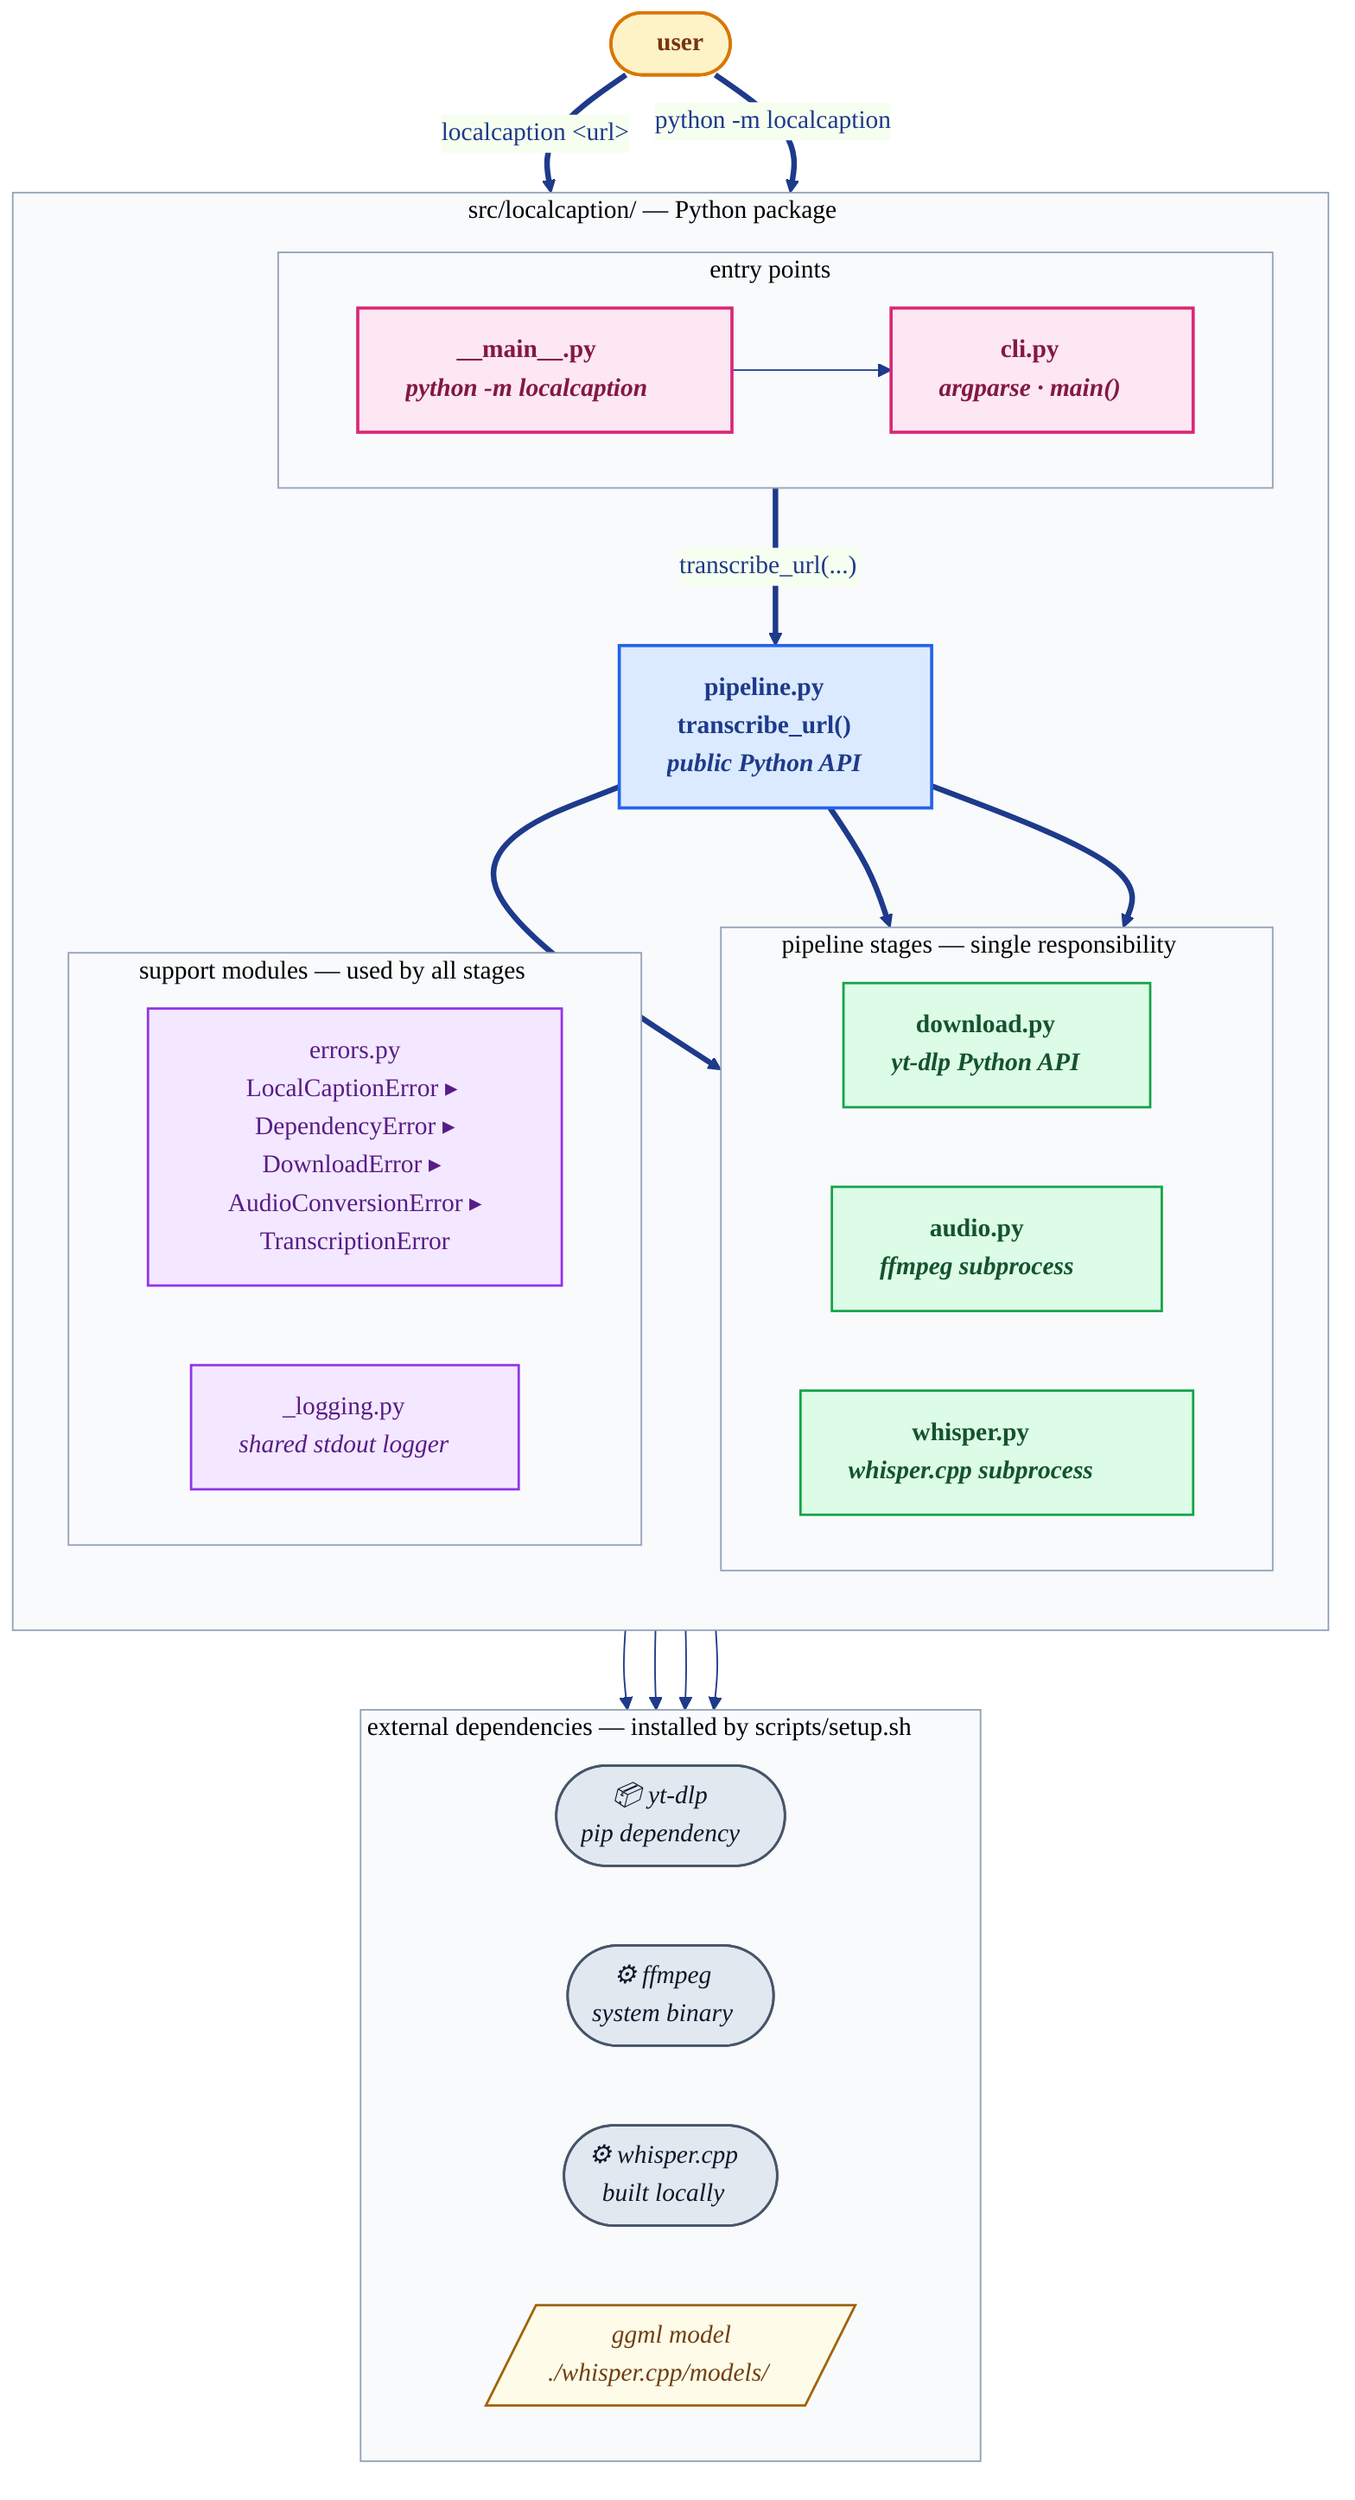
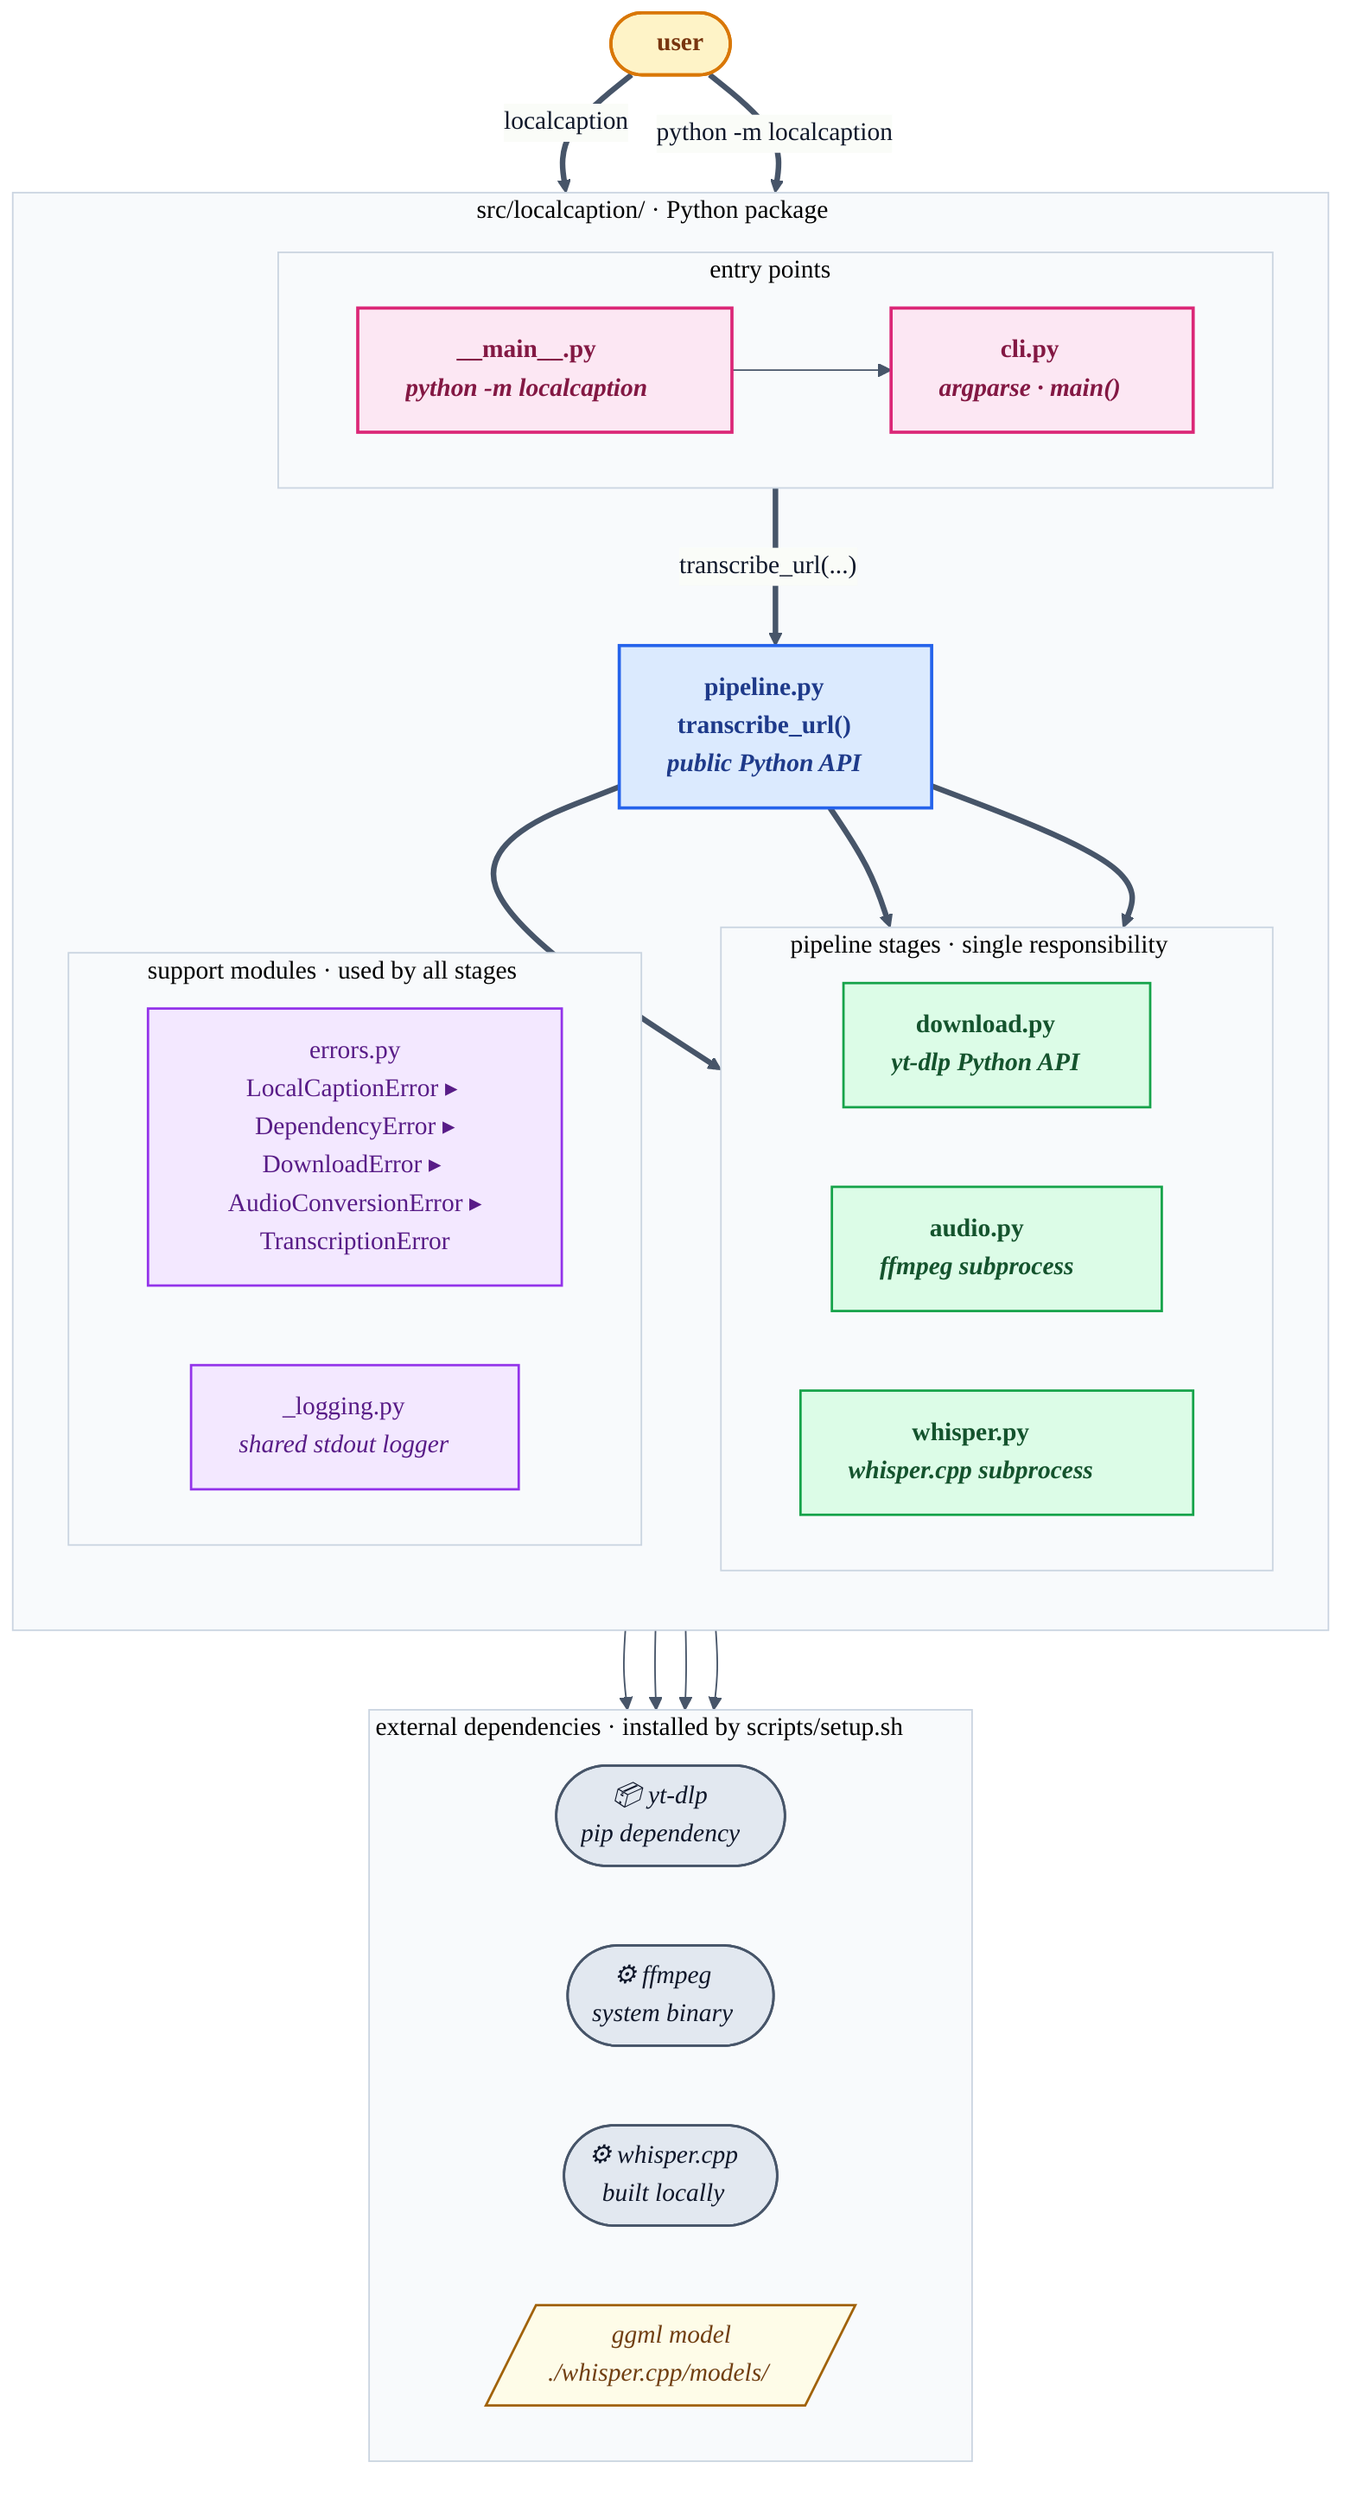
%%{init: {'theme':'base', 'themeVariables': {
-   'primaryColor':'#EFF6FF',
-   'primaryBorderColor':'#3B82F6',
-   'primaryTextColor':'#1E3A8A',
-   'lineColor':'#1E3A8A',
+   'primaryColor':'#F8FAFC',
+   'primaryBorderColor':'#CBD5E1',
+   'primaryTextColor':'#0F172A',
+   'lineColor':'#475569',
  'fontFamily':'Inter, system-ui, sans-serif',
  'clusterBkg':'#F8FAFC',
-   'clusterBorder':'#94A3B8'
+   'clusterBorder':'#CBD5E1'
}}}%%
flowchart TB
    USER(["👤 user"]):::user

-     subgraph PKG["src/localcaption/  — Python package"]
+     subgraph PKG["src/localcaption/ · Python package"]
        direction TB

        subgraph ENTRY["entry points"]
            direction LR
            CLI["cli.py<br/><i>argparse · main()</i>"]:::entry
            MAIN["__main__.py<br/><i>python -m localcaption</i>"]:::entry
        end

        PIPE["pipeline.py<br/><b>transcribe_url()</b><br/><i>public Python API</i>"]:::core

-         subgraph STAGES["pipeline stages — single responsibility"]
+         subgraph STAGES["pipeline stages · single responsibility"]
            direction LR
            DL["download.py<br/><i>yt-dlp Python API</i>"]:::stage
            AU["audio.py<br/><i>ffmpeg subprocess</i>"]:::stage
            WH["whisper.py<br/><i>whisper.cpp subprocess</i>"]:::stage
        end

-         subgraph SUPPORT["support modules — used by all stages"]
+         subgraph SUPPORT["support modules · used by all stages"]
            direction LR
            ERR["errors.py<br/>LocalCaptionError ▸ DependencyError ▸<br/>DownloadError ▸ AudioConversionError ▸<br/>TranscriptionError"]:::support
            LOG["_logging.py<br/><i>shared stdout logger</i>"]:::support
        end
    end

-     subgraph EXT["external dependencies — installed by scripts/setup.sh"]
+     subgraph EXT["external dependencies · installed by scripts/setup.sh"]
        direction LR
        YTDLP(["📦 yt-dlp<br/><i>pip dependency</i>"]):::extdep
        FFMPEG(["⚙️ ffmpeg<br/><i>system binary</i>"]):::extdep
        WCPP(["⚙️ whisper.cpp<br/><i>built locally</i>"]):::extdep
        MODEL[/"🧠 ggml model<br/><i>./whisper.cpp/models/</i>"/]:::model
    end

-     USER ==>|"localcaption &lt;url&gt;"| CLI
+     USER ==>|"localcaption <url>"| CLI
    USER ==>|"python -m localcaption"| MAIN
    MAIN --> CLI
    CLI ==>|"transcribe_url(...)"| PIPE
    PIPE ==> DL
    PIPE ==> AU
    PIPE ==> WH

    DL  --> YTDLP
    AU  --> FFMPEG
    WH  --> WCPP
    WH  --> MODEL

    classDef user    fill:#FEF3C7,stroke:#D97706,color:#78350F,font-weight:bold,stroke-width:2px;
    classDef entry   fill:#FCE7F3,stroke:#DB2777,color:#831843,font-weight:bold,stroke-width:2px;
    classDef core    fill:#DBEAFE,stroke:#2563EB,color:#1E3A8A,font-weight:bold,stroke-width:2px;
    classDef stage   fill:#DCFCE7,stroke:#16A34A,color:#14532D,font-weight:bold,stroke-width:1.5px;
    classDef support fill:#F3E8FF,stroke:#9333EA,color:#581C87,stroke-width:1.5px;
    classDef extdep  fill:#E2E8F0,stroke:#475569,color:#0F172A,font-style:italic,stroke-width:1.5px;
    classDef model   fill:#FEFCE8,stroke:#A16207,color:#713F12,font-style:italic,stroke-width:1.5px;
